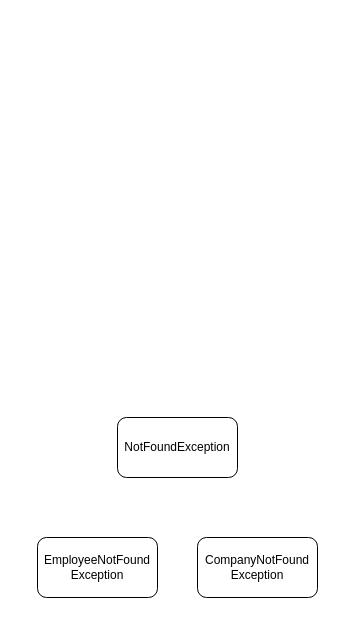
The draw.io diagram page "Error Handling" (8 of 8) of Drawing.drawio in zcomert/java-mysql-react-full-stack-employee-spa, before the edit. Source tidied: cells renumbered, new cells numbered last; positions are measured from the earlier drawing's top-left corner, leaving out a move shared by most shapes. Both pictures are drawn from the tidied source at 100%, with x=0, y=0 at pixel (37, 417).
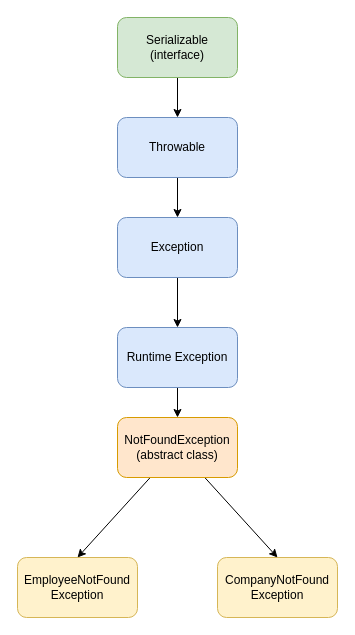
Above is the later version.

Diff of the diagram source:
```diff
@@
 <mxGraphModel>
   <root>
     <mxCell id="0" />
     <mxCell id="1" parent="0" />
-    <mxCell id="2" value="EmployeeNotFound&lt;br&gt;Exception" style="rounded=1;whiteSpace=wrap;html=1;" parent="1" vertex="1">
-      <mxGeometry y="120" width="120" height="60" as="geometry" />
+    <mxCell id="2" value="EmployeeNotFound&lt;br&gt;Exception" style="rounded=1;whiteSpace=wrap;html=1;fillColor=#fff2cc;strokeColor=#d6b656;" parent="1" vertex="1">
+      <mxGeometry x="-20" y="140" width="120" height="60" as="geometry" />
     </mxCell>
-    <mxCell id="3" value="CompanyNotFound&lt;br&gt;Exception" style="rounded=1;whiteSpace=wrap;html=1;" parent="1" vertex="1">
-      <mxGeometry x="160" y="120" width="120" height="60" as="geometry" />
+    <mxCell id="3" value="CompanyNotFound&lt;br&gt;Exception" style="rounded=1;whiteSpace=wrap;html=1;fillColor=#fff2cc;strokeColor=#d6b656;" parent="1" vertex="1">
+      <mxGeometry x="180" y="140" width="120" height="60" as="geometry" />
     </mxCell>
+    <mxCell id="5" style="rounded=0;jettySize=auto;html=1;entryX=0.5;entryY=0;entryDx=0;entryDy=0;" parent="1" edge="1" source="4" target="2">
+      <mxGeometry relative="1" as="geometry" />
+    </mxCell>
+    <mxCell id="6" style="edgeStyle=none;rounded=0;jettySize=auto;html=1;entryX=0.5;entryY=0;entryDx=0;entryDy=0;" parent="1" edge="1" source="4" target="3">
+      <mxGeometry relative="1" as="geometry" />
+    </mxCell>
-    <mxCell id="4" value="NotFoundException" style="rounded=1;whiteSpace=wrap;html=1;" parent="1" vertex="1">
+    <mxCell id="4" value="NotFoundException&lt;br&gt;(abstract class)" style="rounded=1;whiteSpace=wrap;html=1;fillColor=#ffe6cc;strokeColor=#d79b00;" parent="1" vertex="1">
       <mxGeometry x="80" width="120" height="60" as="geometry" />
     </mxCell>
+    <mxCell id="7" style="edgeStyle=orthogonalEdgeStyle;rounded=0;jettySize=auto;html=1;" parent="1" edge="1" source="8" target="4">
+      <mxGeometry relative="1" as="geometry" />
+    </mxCell>
+    <mxCell id="8" value="Runtime Exception" style="rounded=1;whiteSpace=wrap;html=1;fillColor=#dae8fc;strokeColor=#6c8ebf;" parent="1" vertex="1">
+      <mxGeometry x="80" y="-90" width="120" height="60" as="geometry" />
+    </mxCell>
+    <mxCell id="9" style="edgeStyle=orthogonalEdgeStyle;rounded=0;jettySize=auto;html=1;" parent="1" edge="1" source="10" target="8">
+      <mxGeometry relative="1" as="geometry" />
+    </mxCell>
+    <mxCell id="10" value="Exception" style="rounded=1;whiteSpace=wrap;html=1;fillColor=#dae8fc;strokeColor=#6c8ebf;" parent="1" vertex="1">
+      <mxGeometry x="80" y="-200" width="120" height="60" as="geometry" />
+    </mxCell>
+    <mxCell id="11" style="edgeStyle=orthogonalEdgeStyle;rounded=0;jettySize=auto;html=1;" parent="1" edge="1" source="12" target="10">
+      <mxGeometry relative="1" as="geometry" />
+    </mxCell>
+    <mxCell id="12" value="Throwable" style="rounded=1;whiteSpace=wrap;html=1;fillColor=#dae8fc;strokeColor=#6c8ebf;" parent="1" vertex="1">
+      <mxGeometry x="80" y="-300" width="120" height="60" as="geometry" />
+    </mxCell>
+    <mxCell id="13" style="edgeStyle=none;rounded=0;jettySize=auto;html=1;entryX=0.5;entryY=0;entryDx=0;entryDy=0;" parent="1" edge="1" source="14" target="12">
+      <mxGeometry relative="1" as="geometry" />
+    </mxCell>
+    <mxCell id="14" value="Serializable&lt;br&gt;(interface)" style="rounded=1;whiteSpace=wrap;html=1;fillColor=#d5e8d4;strokeColor=#82b366;" parent="1" vertex="1">
+      <mxGeometry x="80" y="-400" width="120" height="60" as="geometry" />
+    </mxCell>
   </root>
 </mxGraphModel>
```
